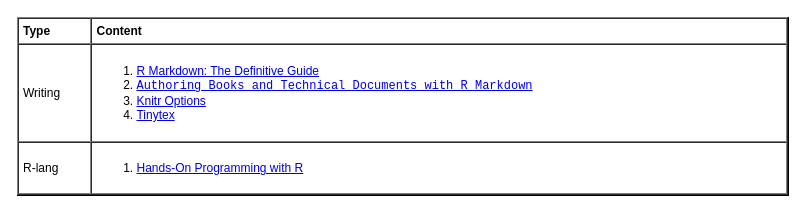
yangdj/tf_docs keeps this draw.io diagram as page "References" (8 of 8) of languages/R/R.drawio. Above is the earlier version. Source tidied: cells renumbered, new cells numbered last; positions are measured from the earlier drawing's top-left corner, leaving out a move shared by most shapes. Both pictures are drawn from the tidied source at 100%, with x=0, y=0 at pixel (17, 17).
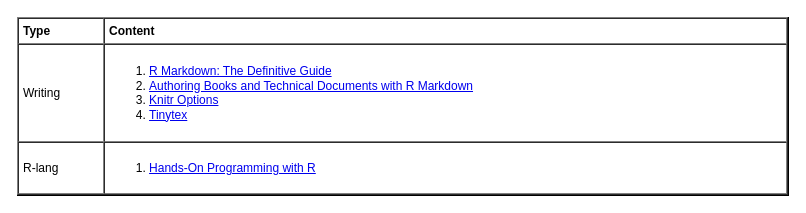
The same page after the edit.

Change to the diagram source:
```diff
@@
 <mxGraphModel>
   <root>
     <mxCell id="0" />
     <mxCell id="1" parent="0" />
-    <mxCell id="2" value="&lt;table cellpadding=&quot;4&quot; cellspacing=&quot;0&quot; border=&quot;1&quot; style=&quot;font-size: 1em ; width: 100% ; height: 100%&quot;&gt;&lt;tbody&gt;&lt;tr&gt;&lt;th&gt;Type&lt;/th&gt;&lt;th&gt;Content&lt;/th&gt;&lt;/tr&gt;&lt;tr&gt;&lt;td&gt;Writing&lt;/td&gt;&lt;td&gt;&lt;ol&gt;&lt;li&gt;&lt;a href=&quot;https://bookdown.org/yihui/rmarkdown/&quot;&gt;R Markdown: The Definitive Guide&lt;br&gt;&lt;/a&gt;&lt;/li&gt;&lt;li&gt;&lt;font face=&quot;Courier New&quot;&gt;&lt;a href=&quot;https://bookdown.org/yihui/bookdown/get-started.html&quot;&gt;Authoring Books and Technical Documents with R Markdown&lt;/a&gt;&lt;/font&gt;&lt;br&gt;&lt;/li&gt;&lt;li&gt;&lt;a href=&quot;https://yihui.org/knitr/options/&quot;&gt;Knitr Options&lt;/a&gt;&lt;/li&gt;&lt;li&gt;&lt;a href=&quot;https://yihui.org/tinytex/&quot;&gt;Tinytex&lt;/a&gt;&lt;/li&gt;&lt;/ol&gt;&lt;/td&gt;&lt;/tr&gt;&lt;tr&gt;&lt;td&gt;R-lang&lt;/td&gt;&lt;td&gt;&lt;ol&gt;&lt;li&gt;&lt;a href=&quot;https://rstudio-education.github.io/hopr/&quot;&gt;Hands-On Programming with R&lt;/a&gt;&lt;br&gt;&lt;/li&gt;&lt;/ol&gt;&lt;/td&gt;&lt;/tr&gt;&lt;/tbody&gt;&lt;/table&gt; " style="verticalAlign=top;align=left;overflow=fill;fontSize=12;fontFamily=Helvetica;html=1;fillColor=none;" parent="1" vertex="1">
+    <mxCell id="2" value="&lt;table cellpadding=&quot;4&quot; cellspacing=&quot;0&quot; border=&quot;1&quot; style=&quot;font-size: 1em ; width: 100% ; height: 100%&quot;&gt;&lt;tbody&gt;&lt;tr&gt;&lt;th&gt;Type&lt;/th&gt;&lt;th&gt;Content&lt;/th&gt;&lt;/tr&gt;&lt;tr&gt;&lt;td&gt;Writing&lt;/td&gt;&lt;td&gt;&lt;ol&gt;&lt;li&gt;&lt;a href=&quot;https://bookdown.org/yihui/rmarkdown/&quot;&gt;R Markdown: The Definitive Guide&lt;br&gt;&lt;/a&gt;&lt;/li&gt;&lt;li&gt;&lt;a href=&quot;https://bookdown.org/yihui/bookdown/get-started.html&quot;&gt;Authoring Books and Technical Documents with R Markdown&lt;/a&gt;&lt;br&gt;&lt;/li&gt;&lt;li&gt;&lt;a href=&quot;https://yihui.org/knitr/options/&quot;&gt;Knitr Options&lt;/a&gt;&lt;/li&gt;&lt;li&gt;&lt;a href=&quot;https://yihui.org/tinytex/&quot;&gt;Tinytex&lt;/a&gt;&lt;/li&gt;&lt;/ol&gt;&lt;/td&gt;&lt;/tr&gt;&lt;tr&gt;&lt;td&gt;R-lang&lt;/td&gt;&lt;td&gt;&lt;ol&gt;&lt;li&gt;&lt;a href=&quot;https://rstudio-education.github.io/hopr/&quot;&gt;Hands-On Programming with R&lt;/a&gt;&lt;br&gt;&lt;/li&gt;&lt;/ol&gt;&lt;/td&gt;&lt;/tr&gt;&lt;/tbody&gt;&lt;/table&gt; " style="verticalAlign=top;align=left;overflow=fill;fontSize=12;fontFamily=Helvetica;html=1;fillColor=none;" parent="1" vertex="1">
       <mxGeometry width="771" height="178" as="geometry" />
     </mxCell>
   </root>
 </mxGraphModel>
```
